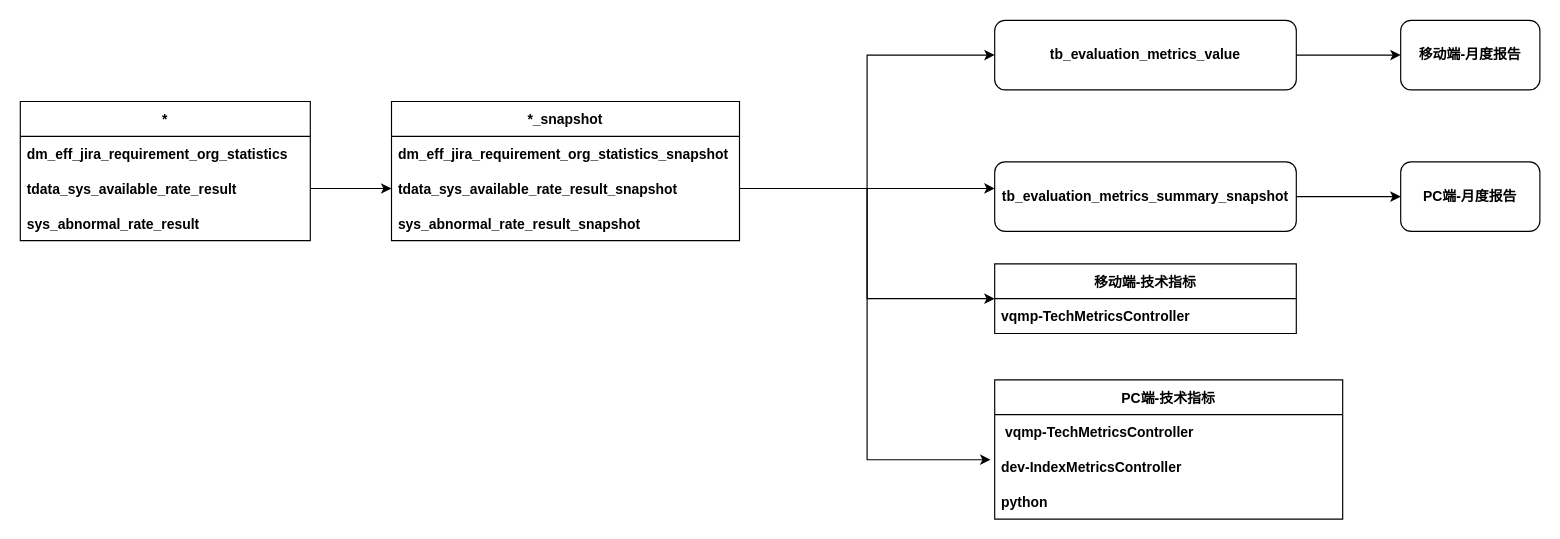
ChrisFynnWang/algorithm keeps this draw.io diagram as indexMetrics.drawio. Above is the earlier version. Source tidied: cells renumbered, new cells numbered last; positions are measured from the earlier drawing's top-left corner, leaving out a move shared by most shapes. Both pictures are drawn from the tidied source at 116%, with x=0, y=0 at pixel (20, 20).
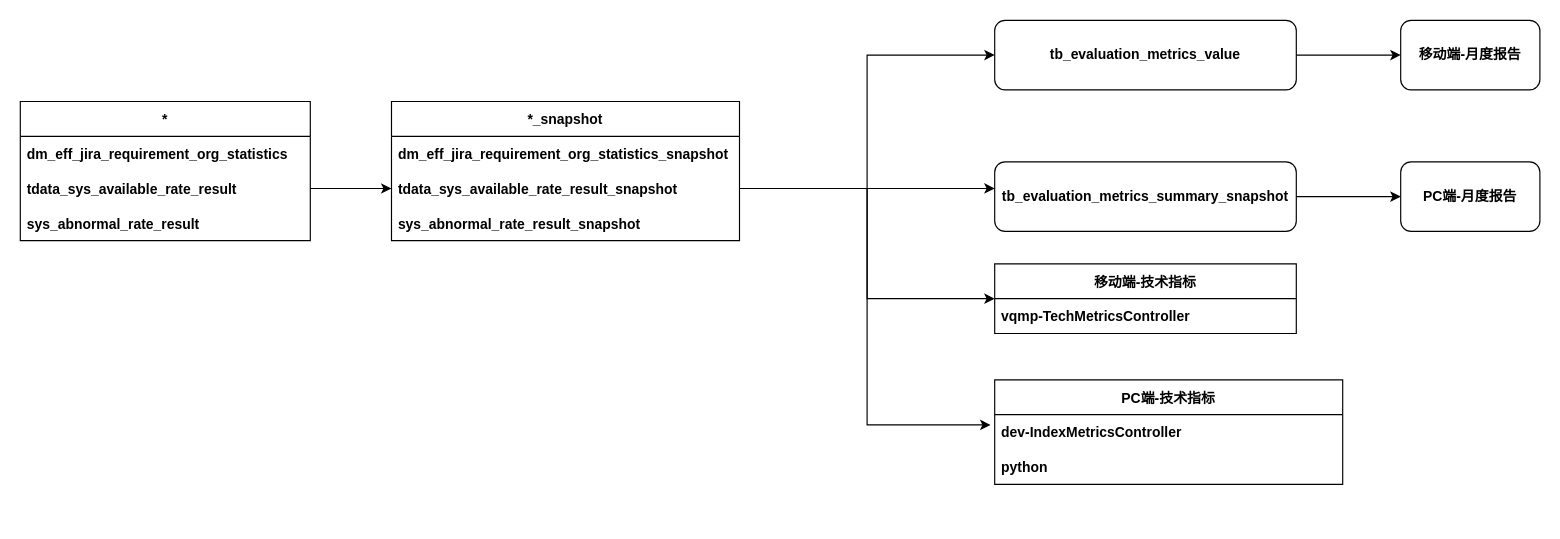
The same page after the edit.

Diff of the diagram source:
```diff
@@
     <mxCell id="21" value="PC端-技术指标" style="swimlane;fontStyle=1;horizontal=1;startSize=30;" parent="1" vertex="1">
-      <mxGeometry x="840" y="310" width="300" height="120" as="geometry" />
+      <mxGeometry x="840" y="310" width="300" height="90" as="geometry" />
     </mxCell>
-    <mxCell id="22" value=" vqmp-TechMetricsController" style="text;strokeColor=none;fillColor=none;align=left;verticalAlign=middle;spacingLeft=4;spacingRight=4;overflow=hidden;fontStyle=1;" parent="21" vertex="1">
-      <mxGeometry y="30" width="300" height="30" as="geometry" />
-    </mxCell>
     <mxCell id="23" value="dev-IndexMetricsController" style="text;strokeColor=none;fillColor=none;align=left;verticalAlign=middle;spacingLeft=4;spacingRight=4;overflow=hidden;points=[[0,0.5],[1,0.5]];portConstraint=eastwest;fontStyle=1;" parent="21" vertex="1">
-      <mxGeometry y="60" width="300" height="30" as="geometry" />
+      <mxGeometry y="30" width="300" height="30" as="geometry" />
     </mxCell>
     <mxCell id="24" value="python" style="text;strokeColor=none;fillColor=none;align=left;verticalAlign=middle;spacingLeft=4;spacingRight=4;overflow=hidden;fontStyle=1;" parent="21" vertex="1">
-      <mxGeometry y="90" width="300" height="30" as="geometry" />
+      <mxGeometry y="60" width="300" height="30" as="geometry" />
     </mxCell>
```
